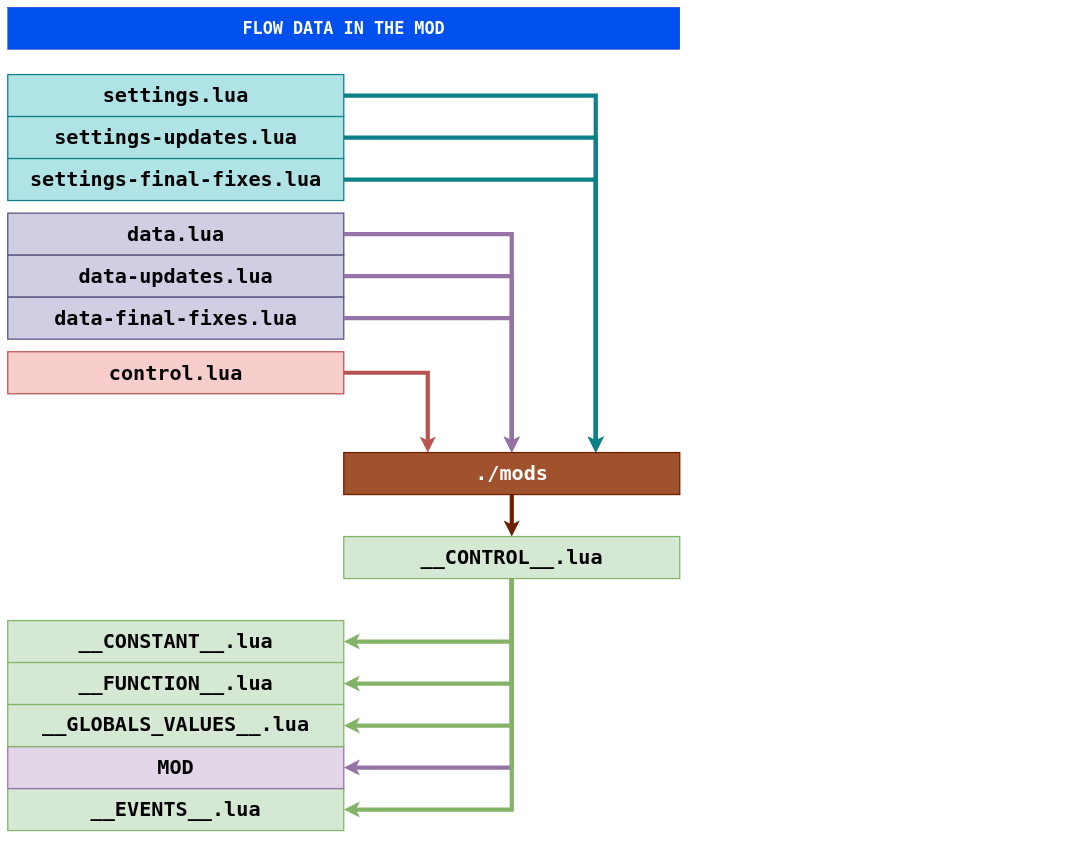
Above: Flow data in the MOD.drawio in YAIM1/Breaking-Game (draw.io), before the change. Source tidied: cells renumbered, new cells numbered last; positions are measured from the earlier drawing's top-left corner, leaving out a move shared by most shapes. Both pictures are drawn from the tidied source at 42%, with x=0, y=0 at pixel (8, 7).
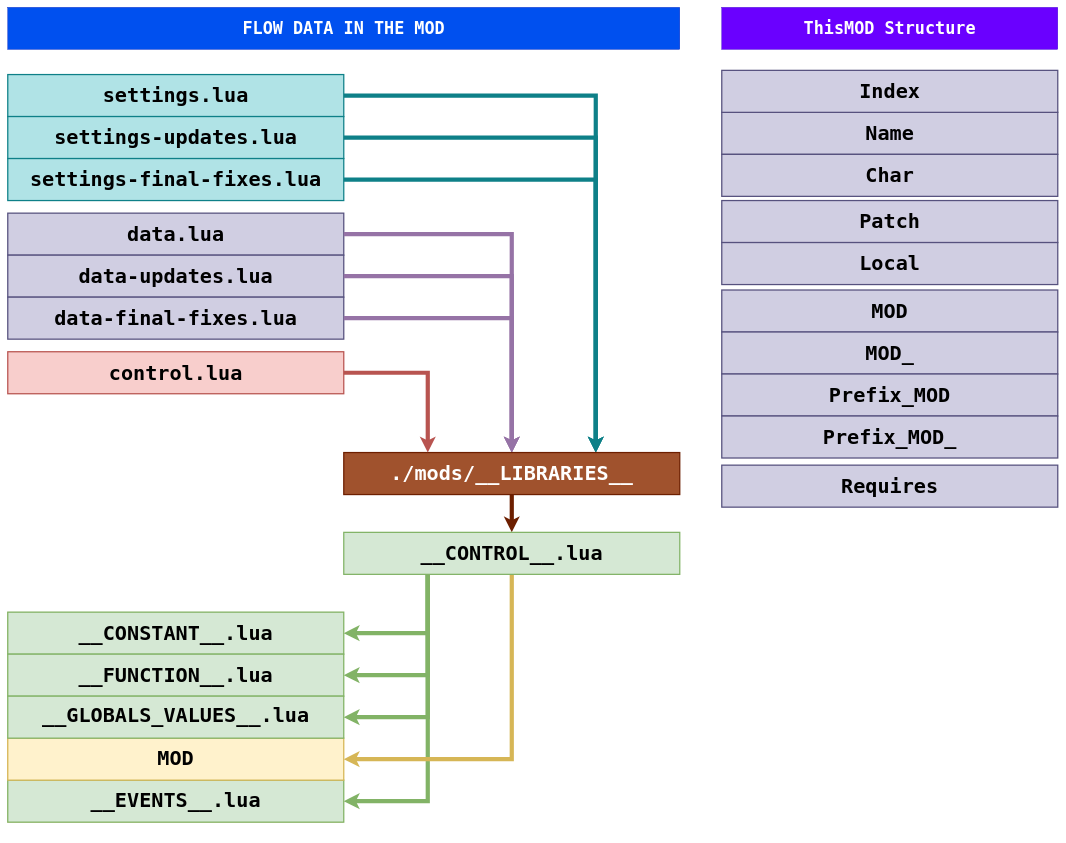
Above is the later version.

The change refers to these unchanged cells:
```xml
<mxCell id="28" value="&lt;h1&gt;&lt;font face=&quot;Lucida Console&quot;&gt;__EVENTS__.lua&lt;/font&gt;&lt;/h1&gt;" style="rounded=0;whiteSpace=wrap;html=1;fontFamily=Courier New;fontSize=24;strokeWidth=3;fillColor=#d5e8d4;strokeColor=#82b366;fontStyle=1;" parent="27" vertex="1">
  <mxGeometry y="400" width="800" height="100" as="geometry" />
</mxCell>
<mxCell id="30" value="&lt;h1&gt;__CONSTANT__.lua&lt;/h1&gt;" style="rounded=0;whiteSpace=wrap;html=1;fontFamily=Lucida Console;fontSize=24;strokeWidth=3;fillColor=#d5e8d4;strokeColor=#82b366;" parent="27" vertex="1">
  <mxGeometry width="800" height="100" as="geometry" />
</mxCell>
<mxCell id="31" value="&lt;h1&gt;__FUNCTION__.lua&lt;/h1&gt;" style="rounded=0;whiteSpace=wrap;html=1;fontFamily=Lucida Console;fontSize=24;strokeWidth=3;fillColor=#d5e8d4;strokeColor=#82b366;" parent="27" vertex="1">
  <mxGeometry y="100" width="800" height="100" as="geometry" />
</mxCell>
<mxCell id="32" value="&lt;h1&gt;&lt;font style=&quot;line-height: 0.1&quot; face=&quot;Lucida Console&quot;&gt;&lt;font&gt;__GLOBALS&lt;/font&gt;_VALUES__.lua&lt;/font&gt;&lt;/h1&gt;" style="rounded=0;whiteSpace=wrap;html=1;fontFamily=Courier New;fontSize=24;strokeWidth=3;fillColor=#d5e8d4;strokeColor=#82b366;fontStyle=1;" parent="27" vertex="1">
  <mxGeometry y="200" width="800" height="100" as="geometry" />
</mxCell>
```

Diff of the diagram source:
```diff
@@
-    <mxCell id="18" value="&lt;h1&gt;./mods&lt;br&gt;&lt;/h1&gt;" style="rounded=0;whiteSpace=wrap;html=1;fontFamily=Lucida Console;fontSize=24;strokeWidth=3;fillColor=#a0522d;strokeColor=#6D1F00;fontColor=#ffffff;" parent="1" vertex="1">
+    <mxCell id="18" value="&lt;h1&gt;./mods/__LIBRARIES__&lt;br&gt;&lt;/h1&gt;" style="rounded=0;whiteSpace=wrap;html=1;fontFamily=Lucida Console;fontSize=24;strokeWidth=3;fillColor=#a0522d;strokeColor=#6D1F00;fontColor=#ffffff;" parent="1" vertex="1">
       <mxGeometry x="800" y="1060" width="800" height="100" as="geometry" />
     </mxCell>
@@
-    <mxCell id="20" style="edgeStyle=orthogonalEdgeStyle;rounded=0;jettySize=auto;html=1;exitX=0.5;exitY=1;exitDx=0;exitDy=0;entryX=0.5;entryY=0;entryDx=0;entryDy=0;fontFamily=Lucida Console;fontSize=24;startArrow=none;startFill=0;strokeWidth=10;fillColor=#a0522d;strokeColor=#6D1F00;" parent="1" edge="1" source="18" target="23">
-      <mxGeometry relative="1" as="geometry" />
-    </mxCell>
+    <mxCell id="22" style="rounded=0;jettySize=auto;html=1;exitX=0.25;exitY=1;exitDx=0;exitDy=0;entryX=1;entryY=0.5;entryDx=0;entryDy=0;strokeWidth=10;fillColor=#d5e8d4;strokeColor=#82b366;edgeStyle=orthogonalEdgeStyle;" parent="1" edge="1" source="23" target="28">
+      <mxGeometry relative="1" as="geometry" />
+    </mxCell>
-    <mxCell id="21" style="rounded=0;jettySize=auto;html=1;entryX=1;entryY=0.5;entryDx=0;entryDy=0;strokeWidth=10;fillColor=#e1d5e7;strokeColor=#9673a6;exitX=0.5;exitY=1;exitDx=0;exitDy=0;edgeStyle=orthogonalEdgeStyle;" parent="1" edge="1" source="23" target="29">
+    <mxCell id="21" style="rounded=0;jettySize=auto;html=1;entryX=1;entryY=0.5;entryDx=0;entryDy=0;strokeWidth=10;fillColor=#fff2cc;strokeColor=#d6b656;exitX=0.5;exitY=1;exitDx=0;exitDy=0;edgeStyle=orthogonalEdgeStyle;" parent="1" edge="1" source="23" target="29">
       <mxGeometry relative="1" as="geometry" />
     </mxCell>
-    <mxCell id="22" style="rounded=0;jettySize=auto;html=1;exitX=0.5;exitY=1;exitDx=0;exitDy=0;entryX=1;entryY=0.5;entryDx=0;entryDy=0;strokeWidth=10;fillColor=#d5e8d4;strokeColor=#82b366;edgeStyle=orthogonalEdgeStyle;" parent="1" edge="1" source="23" target="28">
-      <mxGeometry relative="1" as="geometry" />
-    </mxCell>
-    <mxCell id="23" value="&lt;h1&gt;__CONTROL__.lua&lt;/h1&gt;" style="rounded=0;whiteSpace=wrap;html=1;fontFamily=Lucida Console;fontSize=24;strokeWidth=3;fillColor=#d5e8d4;strokeColor=#82b366;" parent="1" vertex="1">
-      <mxGeometry x="800" y="1260" width="800" height="100" as="geometry" />
-    </mxCell>
-    <mxCell id="24" style="rounded=0;jettySize=auto;html=1;exitX=0.5;exitY=1;exitDx=0;exitDy=0;entryX=1;entryY=0.5;entryDx=0;entryDy=0;strokeWidth=10;fillColor=#d5e8d4;strokeColor=#82b366;edgeStyle=orthogonalEdgeStyle;" parent="1" edge="1" source="23" target="30">
+    <mxCell id="24" style="rounded=0;jettySize=auto;html=1;exitX=0.25;exitY=1;exitDx=0;exitDy=0;entryX=1;entryY=0.5;entryDx=0;entryDy=0;strokeWidth=10;fillColor=#d5e8d4;strokeColor=#82b366;edgeStyle=orthogonalEdgeStyle;" parent="1" edge="1" source="23" target="30">
       <mxGeometry relative="1" as="geometry" />
     </mxCell>
-    <mxCell id="25" style="rounded=0;jettySize=auto;html=1;exitX=0.5;exitY=1;exitDx=0;exitDy=0;entryX=1;entryY=0.5;entryDx=0;entryDy=0;fillColor=#d5e8d4;strokeColor=#82b366;strokeWidth=10;edgeStyle=orthogonalEdgeStyle;" parent="1" edge="1" source="23" target="31">
+    <mxCell id="25" style="rounded=0;jettySize=auto;html=1;exitX=0.25;exitY=1;exitDx=0;exitDy=0;entryX=1;entryY=0.5;entryDx=0;entryDy=0;fillColor=#d5e8d4;strokeColor=#82b366;strokeWidth=10;edgeStyle=orthogonalEdgeStyle;" parent="1" edge="1" source="23" target="31">
       <mxGeometry relative="1" as="geometry" />
     </mxCell>
-    <mxCell id="26" style="rounded=0;jettySize=auto;html=1;exitX=0.5;exitY=1;exitDx=0;exitDy=0;entryX=1;entryY=0.5;entryDx=0;entryDy=0;fillColor=#d5e8d4;strokeColor=#82b366;strokeWidth=10;edgeStyle=orthogonalEdgeStyle;" parent="1" edge="1" source="23" target="32">
+    <mxCell id="26" style="rounded=0;jettySize=auto;html=1;exitX=0.25;exitY=1;exitDx=0;exitDy=0;entryX=1;entryY=0.5;entryDx=0;entryDy=0;fillColor=#d5e8d4;strokeColor=#82b366;strokeWidth=10;edgeStyle=orthogonalEdgeStyle;" parent="1" edge="1" source="23" target="32">
       <mxGeometry relative="1" as="geometry" />
     </mxCell>
-    <mxCell id="27" style="group;" parent="1" vertex="1">
-      <mxGeometry y="1460" width="800" height="500" as="geometry" />
+    <mxCell id="27" style="group;fillColor=#fff2cc;strokeColor=#d6b656;" parent="1" vertex="1">
+      <mxGeometry y="1440" width="800" height="500" as="geometry" />
     </mxCell>
@@
-    <mxCell id="29" value="&lt;h1&gt;&lt;font face=&quot;Lucida Console&quot;&gt;MOD&lt;/font&gt;&lt;/h1&gt;" style="rounded=0;whiteSpace=wrap;html=1;fontFamily=Courier New;fontSize=24;strokeWidth=3;fillColor=#e1d5e7;strokeColor=#9673a6;fontStyle=1;" parent="27" vertex="1">
+    <mxCell id="29" value="&lt;h1&gt;&lt;font face=&quot;Lucida Console&quot;&gt;MOD&lt;/font&gt;&lt;/h1&gt;" style="rounded=0;whiteSpace=wrap;html=1;fontFamily=Courier New;fontSize=24;strokeWidth=3;fillColor=#fff2cc;strokeColor=#d6b656;fontStyle=1;" parent="27" vertex="1">
       <mxGeometry y="300" width="800" height="100" as="geometry" />
     </mxCell>
@@
+    <mxCell id="20" style="rounded=0;jettySize=auto;html=1;exitX=0.5;exitY=1;exitDx=0;exitDy=0;entryX=0.5;entryY=0;entryDx=0;entryDy=0;fontFamily=Lucida Console;fontSize=24;startArrow=none;startFill=0;strokeWidth=10;fillColor=#a0522d;strokeColor=#6D1F00;" parent="1" edge="1" source="18" target="23">
+      <mxGeometry relative="1" as="geometry" />
+    </mxCell>
+    <mxCell id="23" value="&lt;h1&gt;__CONTROL__.lua&lt;/h1&gt;" style="rounded=0;whiteSpace=wrap;html=1;fontFamily=Lucida Console;fontSize=24;strokeWidth=3;fillColor=#d5e8d4;strokeColor=#82b366;" parent="1" vertex="1">
+      <mxGeometry x="800" y="1250" width="800" height="100" as="geometry" />
+    </mxCell>
+    <mxCell id="33" style="edgeStyle=none;rounded=0;orthogonalLoop=1;jettySize=auto;html=1;entryX=0.5;entryY=1;entryDx=0;entryDy=0;" parent="1" edge="1">
+      <mxGeometry relative="1" as="geometry">
+        <mxPoint x="1200" y="1180" as="sourcePoint" />
+        <mxPoint x="1200" y="1180" as="targetPoint" />
+      </mxGeometry>
+    </mxCell>
+    <mxCell id="34" value="&lt;span style=&quot;font-family: &amp;quot;lucida console&amp;quot; ; font-size: 40px ; font-weight: 700&quot;&gt;ThisMOD Structure&lt;/span&gt;" style="rounded=0;whiteSpace=wrap;html=1;fillColor=#6a00ff;fontColor=#ffffff;strokeColor=#3700CC;" parent="1" vertex="1">
+      <mxGeometry x="1700" width="800" height="100" as="geometry" />
+    </mxCell>
+    <mxCell id="35" value="&lt;h1&gt;Patch&lt;/h1&gt;" style="rounded=0;whiteSpace=wrap;html=1;fontFamily=Lucida Console;fontSize=24;strokeWidth=3;fillColor=#d0cee2;strokeColor=#56517e;" parent="1" vertex="1">
+      <mxGeometry x="1700" y="460" width="800" height="100" as="geometry" />
+    </mxCell>
+    <mxCell id="36" value="&lt;h1&gt;Name&lt;/h1&gt;" style="rounded=0;whiteSpace=wrap;html=1;fontFamily=Lucida Console;fontSize=24;strokeWidth=3;fillColor=#d0cee2;strokeColor=#56517e;" parent="1" vertex="1">
+      <mxGeometry x="1700" y="250" width="800" height="100" as="geometry" />
+    </mxCell>
+    <mxCell id="37" value="&lt;h1&gt;Index&lt;/h1&gt;" style="rounded=0;whiteSpace=wrap;html=1;fontFamily=Lucida Console;fontSize=24;strokeWidth=3;fillColor=#d0cee2;strokeColor=#56517e;" parent="1" vertex="1">
+      <mxGeometry x="1700" y="150" width="800" height="100" as="geometry" />
+    </mxCell>
+    <mxCell id="38" value="&lt;h1&gt;Char&lt;/h1&gt;" style="rounded=0;whiteSpace=wrap;html=1;fontFamily=Lucida Console;fontSize=24;strokeWidth=3;fillColor=#d0cee2;strokeColor=#56517e;" parent="1" vertex="1">
+      <mxGeometry x="1700" y="350" width="800" height="100" as="geometry" />
+    </mxCell>
+    <mxCell id="39" value="&lt;h1&gt;Local&lt;/h1&gt;" style="rounded=0;whiteSpace=wrap;html=1;fontFamily=Lucida Console;fontSize=24;strokeWidth=3;fillColor=#d0cee2;strokeColor=#56517e;" parent="1" vertex="1">
+      <mxGeometry x="1700" y="560" width="800" height="100" as="geometry" />
+    </mxCell>
+    <mxCell id="40" value="&lt;h1&gt;MOD&lt;/h1&gt;" style="rounded=0;whiteSpace=wrap;html=1;fontFamily=Lucida Console;fontSize=24;strokeWidth=3;fillColor=#d0cee2;strokeColor=#56517e;" parent="1" vertex="1">
+      <mxGeometry x="1700" y="673" width="800" height="100" as="geometry" />
+    </mxCell>
+    <mxCell id="41" value="&lt;h1&gt;MOD_&lt;/h1&gt;" style="rounded=0;whiteSpace=wrap;html=1;fontFamily=Lucida Console;fontSize=24;strokeWidth=3;fillColor=#d0cee2;strokeColor=#56517e;" parent="1" vertex="1">
+      <mxGeometry x="1700" y="773" width="800" height="100" as="geometry" />
+    </mxCell>
+    <mxCell id="42" value="&lt;h1&gt;Prefix_MOD&lt;/h1&gt;" style="rounded=0;whiteSpace=wrap;html=1;fontFamily=Lucida Console;fontSize=24;strokeWidth=3;fillColor=#d0cee2;strokeColor=#56517e;" parent="1" vertex="1">
+      <mxGeometry x="1700" y="873" width="800" height="100" as="geometry" />
+    </mxCell>
+    <mxCell id="43" value="&lt;h1&gt;Prefix_MOD_&lt;/h1&gt;" style="rounded=0;whiteSpace=wrap;html=1;fontFamily=Lucida Console;fontSize=24;strokeWidth=3;fillColor=#d0cee2;strokeColor=#56517e;" parent="1" vertex="1">
+      <mxGeometry x="1700" y="973" width="800" height="100" as="geometry" />
+    </mxCell>
+    <mxCell id="44" value="&lt;h1&gt;Requires&lt;/h1&gt;" style="rounded=0;whiteSpace=wrap;html=1;fontFamily=Lucida Console;fontSize=24;strokeWidth=3;fillColor=#d0cee2;strokeColor=#56517e;" parent="1" vertex="1">
+      <mxGeometry x="1700" y="1090" width="800" height="100" as="geometry" />
+    </mxCell>
```
